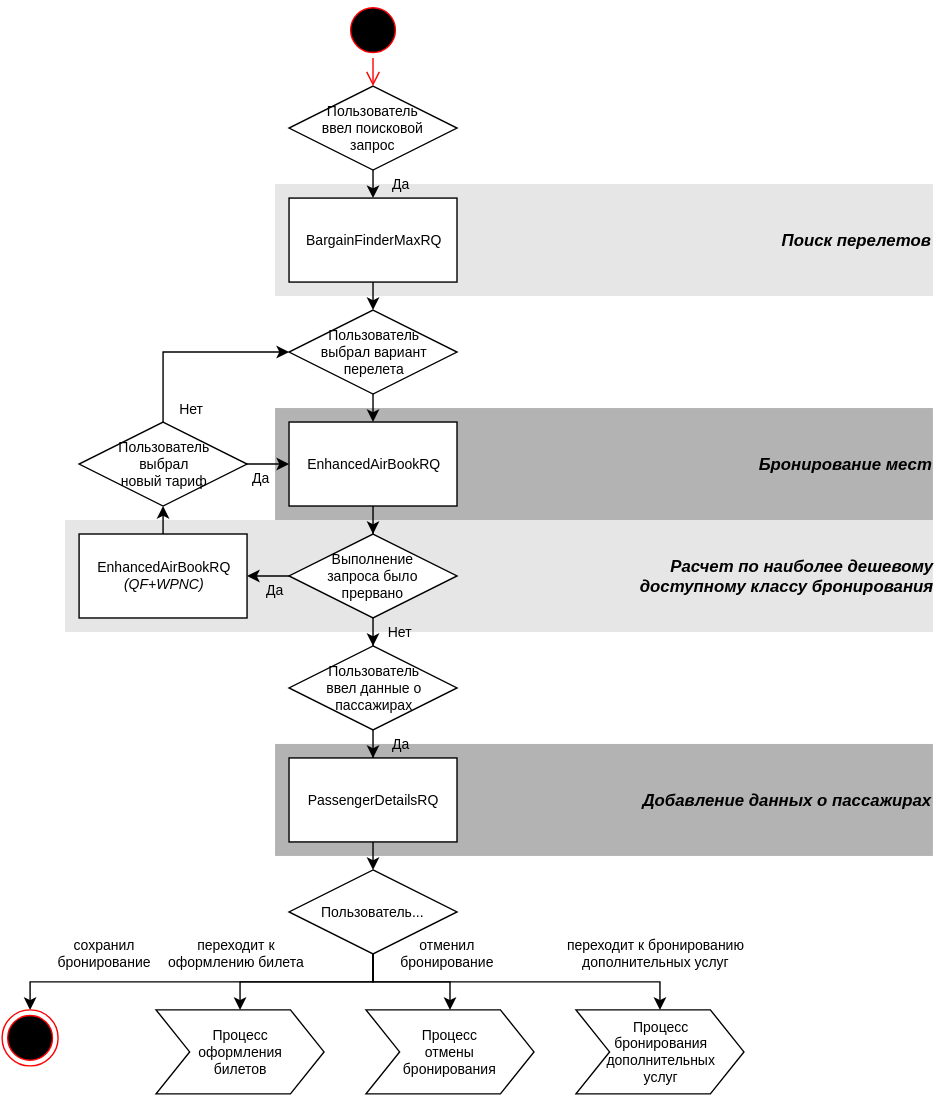
Earlier version of the draw.io export assets/svg/Search&Create Booking/[RU]Search&Create Booking[NoWPA]-1.svg (andreypolyak/sabre-apis-ru). Source tidied: cells renumbered, new cells last; positions are measured from the earlier drawing's top-left corner, leaving out a move shared by most shapes.
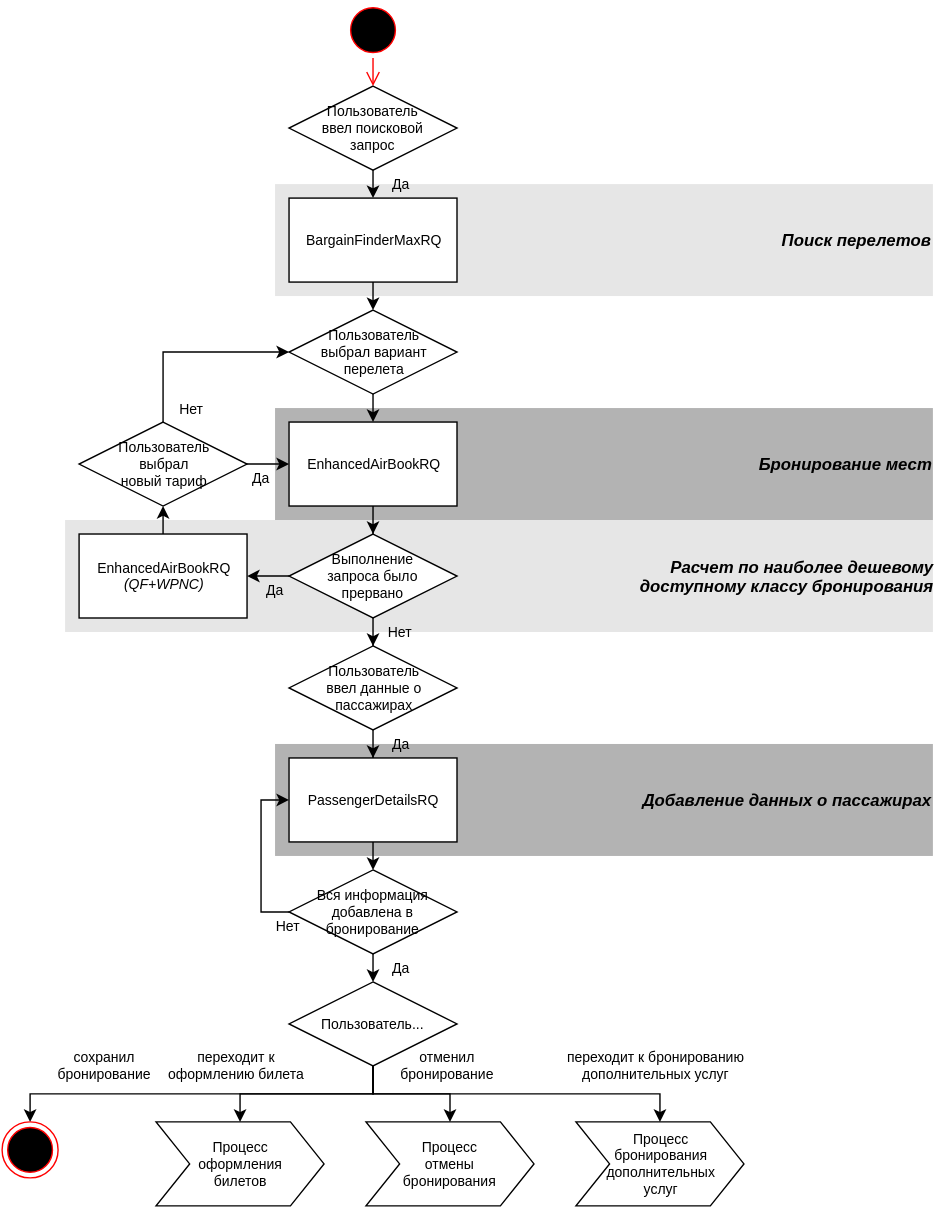
After the change.

Change to the diagram source:
```diff
@@ -28,11 +28,6 @@
     <mxCell id="9" value="EnhancedAirBookRQ" style="whiteSpace=wrap;html=1;rounded=0;fontSize=10;" parent="1" vertex="1">
       <mxGeometry x="205" y="300" width="120" height="60" as="geometry" />
     </mxCell>
-    <mxCell id="10" style="edgeStyle=orthogonalEdgeStyle;rounded=0;html=1;entryX=0.5;entryY=0;jettySize=auto;exitX=0.5;exitY=1;fontSize=10;" parent="1" edge="1" source="11">
-      <mxGeometry relative="1" as="geometry">
-        <mxPoint x="265" y="620" as="targetPoint" />
-      </mxGeometry>
-    </mxCell>
     <mxCell id="11" value="PassengerDetailsRQ" style="whiteSpace=wrap;html=1;rounded=0;fontSize=10;" parent="1" vertex="1">
       <mxGeometry x="205" y="540" width="120" height="60" as="geometry" />
     </mxCell>
@@ -90,58 +85,83 @@
       <mxGeometry relative="1" as="geometry" />
     </mxCell>
     <mxCell id="29" value="отменил&lt;div&gt;бронирование&lt;/div&gt;" style="edgeStyle=orthogonalEdgeStyle;rounded=0;html=1;jettySize=auto;fontSize=10;entryX=0.5;entryY=0;exitX=0.5;exitY=1;" parent="1" edge="1" source="32">
-      <mxGeometry as="geometry">
-        <mxPoint x="320" y="720" as="targetPoint" />
+      <mxGeometry y="80" as="geometry">
+        <mxPoint x="320" y="800" as="targetPoint" />
         <Array as="points">
-          <mxPoint x="265" y="700" />
-          <mxPoint x="320" y="700" />
+          <mxPoint x="265" y="780" />
+          <mxPoint x="320" y="780" />
         </Array>
         <mxPoint x="28" y="-20" as="offset" />
       </mxGeometry>
     </mxCell>
     <mxCell id="30" value="сохранил&lt;div&gt;бронирование&lt;/div&gt;" style="edgeStyle=orthogonalEdgeStyle;rounded=0;html=1;exitX=0.5;exitY=1;jettySize=auto;fontSize=10;entryX=0.5;entryY=0;entryPerimeter=0;" parent="1" edge="1" source="32">
-      <mxGeometry as="geometry">
-        <mxPoint x="20" y="720" as="targetPoint" />
+      <mxGeometry y="80" as="geometry">
+        <mxPoint x="20" y="800" as="targetPoint" />
         <Array as="points">
-          <mxPoint x="265" y="700" />
-          <mxPoint x="20" y="700" />
+          <mxPoint x="265" y="780" />
+          <mxPoint x="20" y="780" />
         </Array>
         <mxPoint x="-67" y="-20" as="offset" />
       </mxGeometry>
     </mxCell>
     <mxCell id="31" value="переходит к бронированию&lt;div&gt;дополнительных услуг&lt;/div&gt;" style="edgeStyle=orthogonalEdgeStyle;rounded=0;html=1;exitX=0.5;exitY=1;jettySize=auto;fontSize=10;" parent="1" edge="1" source="32" target="37">
-      <mxGeometry as="geometry">
+      <mxGeometry y="80" as="geometry">
         <Array as="points">
-          <mxPoint x="265" y="700" />
-          <mxPoint x="470" y="700" />
+          <mxPoint x="265" y="780" />
+          <mxPoint x="470" y="780" />
         </Array>
         <mxPoint x="103" y="-20" as="offset" />
       </mxGeometry>
     </mxCell>
     <mxCell id="32" value="Пользователь..." style="rhombus;whiteSpace=wrap;html=1;rounded=0;fontSize=10;" parent="1" vertex="1">
-      <mxGeometry x="205" y="620" width="120" height="60" as="geometry" />
+      <mxGeometry x="205" y="700" width="120" height="60" as="geometry" />
     </mxCell>
     <mxCell id="33" value="&lt;div style=&quot;text-align: center&quot;&gt;Процесс&lt;/div&gt;&lt;div style=&quot;text-align: center&quot;&gt;оформления&lt;/div&gt;&lt;div style=&quot;text-align: center&quot;&gt;билетов&lt;/div&gt;" style="shape=step;whiteSpace=wrap;html=1;rounded=0;fontSize=10;align=center;" parent="1" vertex="1">
-      <mxGeometry x="110" y="720" width="120" height="60" as="geometry" />
+      <mxGeometry x="110" y="800" width="120" height="60" as="geometry" />
     </mxCell>
     <mxCell id="34" value="&lt;div style=&quot;text-align: center&quot;&gt;Процесс&lt;/div&gt;&lt;div style=&quot;text-align: center&quot;&gt;отмены&lt;/div&gt;&lt;div style=&quot;text-align: center&quot;&gt;бронирования&lt;/div&gt;" style="shape=step;whiteSpace=wrap;html=1;rounded=0;fontSize=10;align=center;" parent="1" vertex="1">
-      <mxGeometry x="260" y="720" width="120" height="60" as="geometry" />
+      <mxGeometry x="260" y="800" width="120" height="60" as="geometry" />
     </mxCell>
     <mxCell id="35" style="ellipse;html=1;shape=endState;fillColor=#000000;strokeColor=#ff0000;rounded=0;fontSize=10;align=center;" parent="1" vertex="1">
-      <mxGeometry y="720" width="40" height="40" as="geometry" />
+      <mxGeometry y="800" width="40" height="40" as="geometry" />
     </mxCell>
     <mxCell id="36" value="переходит к&lt;div&gt;&lt;span style=&quot;line-height: 1.2&quot;&gt;оформлению билета&lt;/span&gt;&lt;/div&gt;" style="edgeStyle=orthogonalEdgeStyle;rounded=0;html=1;exitX=0.5;exitY=1;entryX=0.5;entryY=0;jettySize=auto;fontSize=10;" parent="1" edge="1" source="32">
-      <mxGeometry as="geometry">
-        <mxPoint x="170" y="720" as="targetPoint" />
+      <mxGeometry y="80" as="geometry">
+        <mxPoint x="170" y="800" as="targetPoint" />
         <Array as="points">
-          <mxPoint x="265" y="700" />
-          <mxPoint x="170" y="700" />
+          <mxPoint x="265" y="780" />
+          <mxPoint x="170" y="780" />
         </Array>
         <mxPoint x="-47" y="-20" as="offset" />
       </mxGeometry>
     </mxCell>
     <mxCell id="37" value="Процесс&lt;div&gt;бронирования&lt;/div&gt;&lt;div&gt;дополнительных&lt;/div&gt;&lt;div&gt;услуг&lt;/div&gt;" style="shape=step;whiteSpace=wrap;html=1;rounded=0;fontSize=10;align=center;" parent="1" vertex="1">
-      <mxGeometry x="410" y="720" width="120" height="60" as="geometry" />
+      <mxGeometry x="410" y="800" width="120" height="60" as="geometry" />
     </mxCell>
+    <mxCell id="38" value="Да" style="edgeStyle=orthogonalEdgeStyle;rounded=0;html=1;entryX=0.5;entryY=0;jettySize=auto;orthogonalLoop=1;exitX=0.5;exitY=1;fontSize=10;" parent="1" edge="1">
+      <mxGeometry as="geometry">
+        <mxPoint x="265" y="680" as="sourcePoint" />
+        <mxPoint x="265" y="700" as="targetPoint" />
+        <mxPoint x="20" as="offset" />
+      </mxGeometry>
+    </mxCell>
+    <mxCell id="39" style="edgeStyle=orthogonalEdgeStyle;rounded=0;html=1;exitX=0.5;exitY=1;entryX=0.5;entryY=0;labelBackgroundColor=none;jettySize=auto;fontSize=10;" parent="1" edge="1" target="41">
+      <mxGeometry x="360" y="720" as="geometry">
+        <mxPoint x="265" y="600" as="sourcePoint" />
+      </mxGeometry>
+    </mxCell>
+    <mxCell id="40" value="Нет" style="edgeStyle=orthogonalEdgeStyle;rounded=0;html=1;exitX=0;exitY=0.5;entryX=0;entryY=0.5;labelBackgroundColor=none;jettySize=auto;fontSize=10;" parent="1" edge="1" source="41">
+      <mxGeometry as="geometry">
+        <mxPoint x="205" y="570" as="targetPoint" />
+        <Array as="points">
+          <mxPoint x="185" y="650" />
+          <mxPoint x="185" y="570" />
+        </Array>
+        <mxPoint y="50" as="offset" />
+      </mxGeometry>
+    </mxCell>
+    <mxCell id="41" value="Вся информация&lt;div&gt;добавлена в бронирование&lt;/div&gt;" style="rhombus;whiteSpace=wrap;html=1;rounded=0;fontSize=10;" parent="1" vertex="1">
+      <mxGeometry x="205" y="620" width="120" height="60" as="geometry" />
+    </mxCell>
   </root>
 </mxGraphModel>
```
